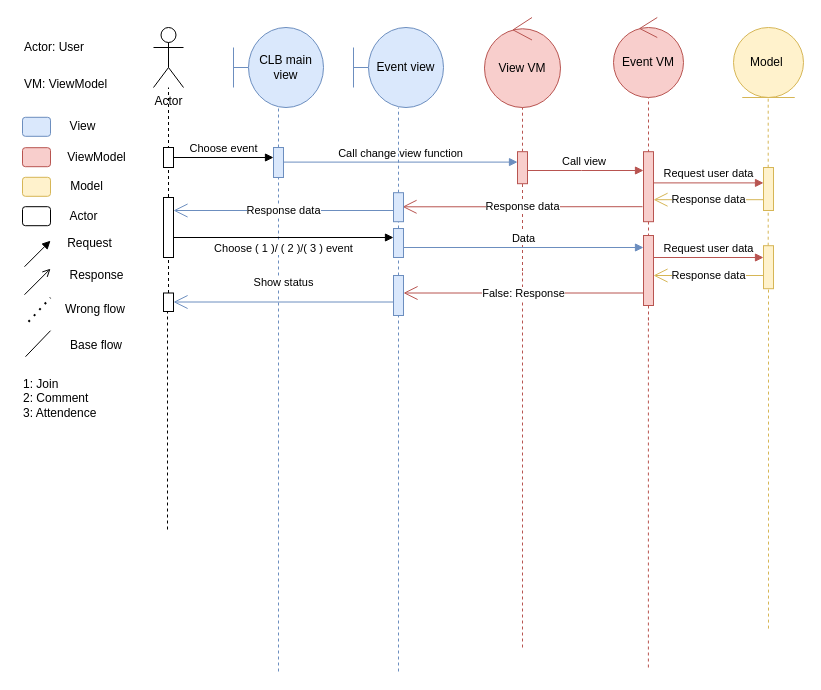
DnhTrn/finall_project keeps this draw.io diagram as page "Join/Comment/Attendance Event/Browse events" (9 of 23) of Diagram.drawio. Above is the earlier version. Source tidied: cells renumbered, new cells numbered last; positions are measured from the earlier drawing's top-left corner, leaving out a move shared by most shapes. Both pictures are drawn from the tidied source at 100%, with x=0, y=0 at pixel (21, 17).
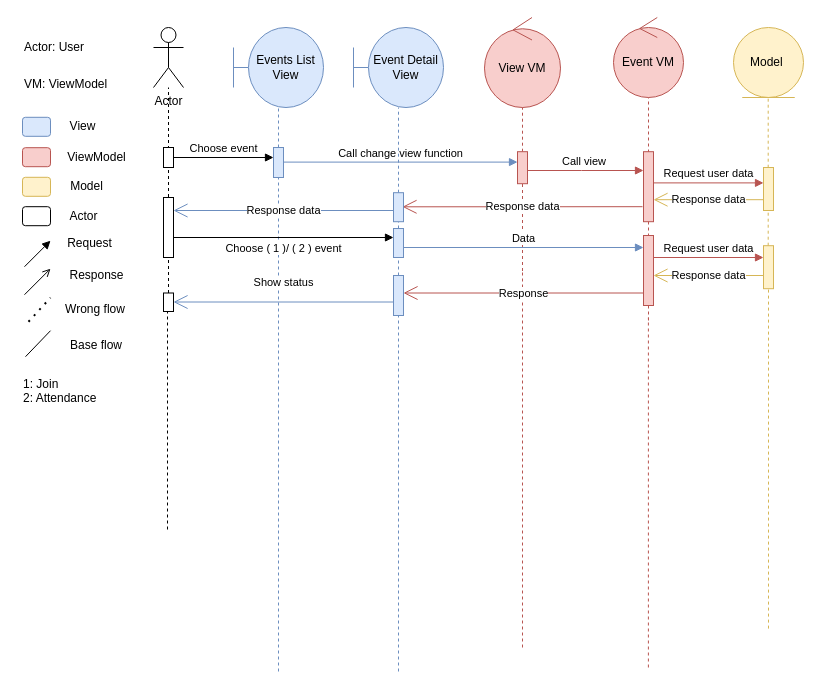
The same diagram, later.

The edit, as a diff of the source:
```diff
@@
-    <mxCell id="3" value="CLB main view" style="shape=umlBoundary;whiteSpace=wrap;html=1;fillColor=#dae8fc;strokeColor=#6c8ebf;" parent="1" vertex="1">
+    <mxCell id="3" value="Events List View" style="shape=umlBoundary;whiteSpace=wrap;html=1;fillColor=#dae8fc;strokeColor=#6c8ebf;" parent="1" vertex="1">
       <mxGeometry x="212" y="10" width="90" height="80" as="geometry" />
     </mxCell>
@@
-    <mxCell id="23" value="Event view" style="shape=umlBoundary;whiteSpace=wrap;html=1;fillColor=#dae8fc;strokeColor=#6c8ebf;" parent="1" vertex="1">
+    <mxCell id="23" value="Event Detail View" style="shape=umlBoundary;whiteSpace=wrap;html=1;fillColor=#dae8fc;strokeColor=#6c8ebf;" parent="1" vertex="1">
       <mxGeometry x="332" y="10" width="90" height="80" as="geometry" />
     </mxCell>
@@
-    <mxCell id="30" value="&lt;div style=&quot;text-align: left;&quot;&gt;Choose ( 1 )/ ( 2 )/( 3 ) event&lt;/div&gt;" style="html=1;verticalAlign=bottom;endArrow=block;curved=0;rounded=0;" parent="1" edge="1">
+    <mxCell id="30" value="&lt;div style=&quot;text-align: left;&quot;&gt;Choose ( 1 )/ ( 2 ) event&lt;/div&gt;" style="html=1;verticalAlign=bottom;endArrow=block;curved=0;rounded=0;" parent="1" edge="1">
       <mxGeometry y="-20" relative="1" as="geometry">
         <mxPoint x="152" y="220" as="sourcePoint" />
         <mxPoint x="372" y="220" as="targetPoint" />
       </mxGeometry>
     </mxCell>
@@
-    <mxCell id="63" value="&lt;span style=&quot;text-wrap: nowrap;&quot;&gt;1: Join&lt;/span&gt;&lt;br&gt;&lt;span style=&quot;background-color: initial;&quot;&gt;2: Comment&lt;/span&gt;&lt;br&gt;&lt;span style=&quot;background-color: initial;&quot;&gt;3: Attendence&lt;/span&gt;" style="text;whiteSpace=wrap;html=1;align=left;" parent="1" vertex="1">
+    <mxCell id="63" value="&lt;span style=&quot;text-wrap: nowrap;&quot;&gt;1: Join&lt;/span&gt;&lt;br&gt;&lt;span style=&quot;background-color: initial;&quot;&gt;2: Attendance&lt;/span&gt;" style="text;whiteSpace=wrap;html=1;align=left;" parent="1" vertex="1">
       <mxGeometry y="353" width="100" height="57" as="geometry" />
     </mxCell>
@@
-    <mxCell id="67" value="False: Response" style="endArrow=open;endSize=12;html=1;rounded=0;fillColor=#f8cecc;strokeColor=#b85450;" parent="1" edge="1">
+    <mxCell id="67" value="Response" style="endArrow=open;endSize=12;html=1;rounded=0;fillColor=#f8cecc;strokeColor=#b85450;" parent="1" edge="1">
       <mxGeometry relative="1" as="geometry">
         <mxPoint x="622" y="275.5" as="sourcePoint" />
         <mxPoint x="382" y="275.5" as="targetPoint" />
       </mxGeometry>
     </mxCell>
```
